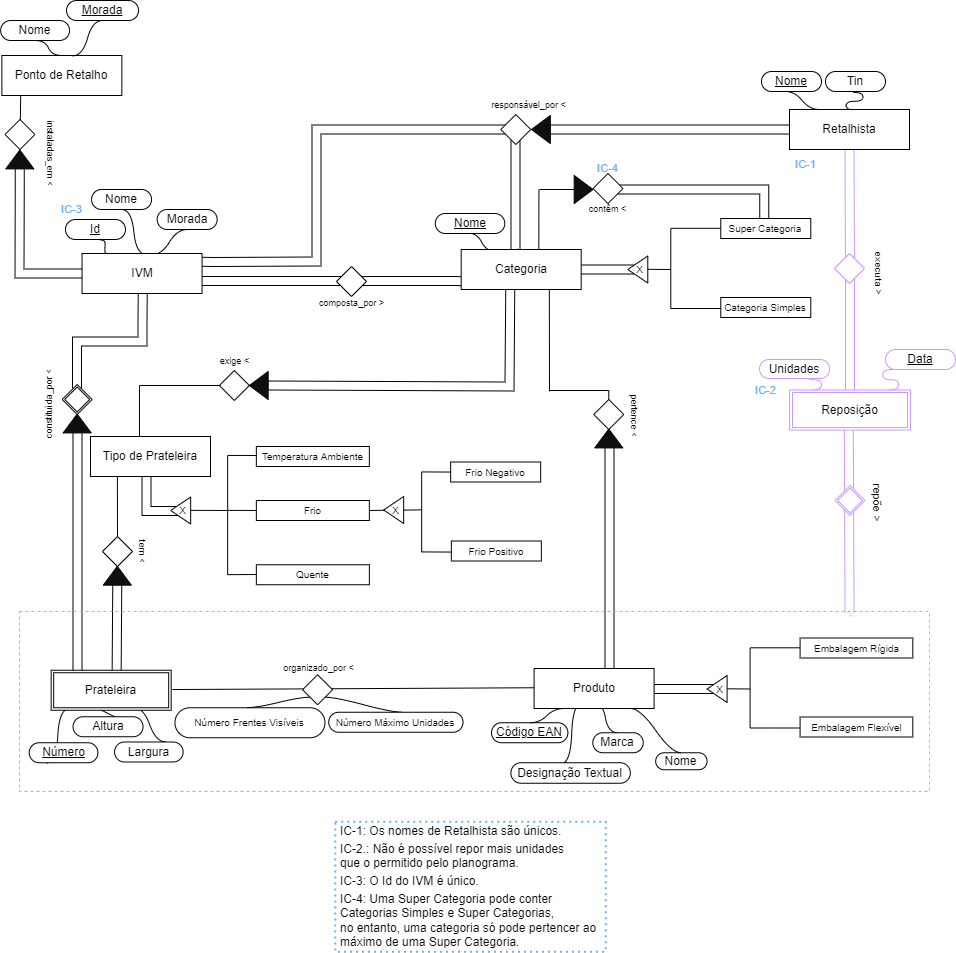
Above: Untitled Diagram.drawio.png in raquelfmcardoso/bd-2021-2022-project0102 (draw.io), before the change. Source tidied: cells renumbered, new cells last; positions are measured from the earlier drawing's top-left corner, leaving out a move shared by most shapes.
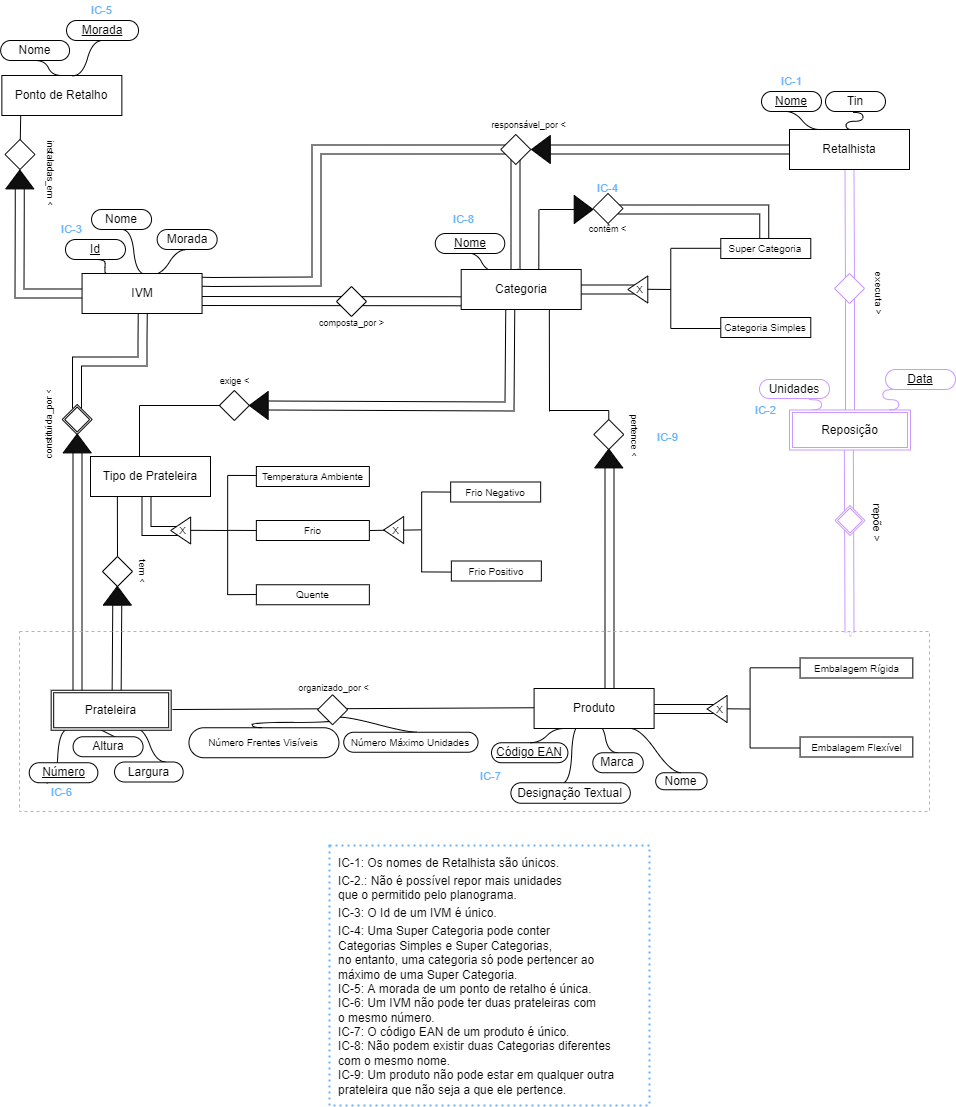
The same diagram one commit later.

Change to the diagram source:
```diff
@@ -233,10 +233,12 @@
       <mxGeometry x="11.1" y="143" width="80" height="20" as="geometry" />
     </mxCell>
     <mxCell id="45" value="&lt;font style=&quot;font-size: 10px;&quot;&gt;Número Frentes Visíveis&lt;/font&gt;" style="whiteSpace=wrap;html=1;rounded=1;arcSize=50;align=center;verticalAlign=middle;strokeWidth=1;spacing=4;newEdgeStyle={&quot;edgeStyle&quot;:&quot;entityRelationEdgeStyle&quot;,&quot;startArrow&quot;:&quot;none&quot;,&quot;endArrow&quot;:&quot;none&quot;,&quot;segment&quot;:10,&quot;curved&quot;:1};fontFamily=Helvetica;" parent="1" vertex="1">
-      <mxGeometry x="174.4" y="707.2" width="150" height="30" as="geometry" />
+      <mxGeometry x="188.4" y="707.2" width="150" height="30" as="geometry" />
     </mxCell>
-    <mxCell id="46" style="edgeStyle=entityRelationEdgeStyle;startArrow=none;endArrow=none;segment=10;curved=1;rounded=0;fontFamily=Helvetica;exitX=0;exitY=1;exitDx=0;exitDy=0;entryX=0.482;entryY=-0.006;entryDx=0;entryDy=0;entryPerimeter=0;" parent="1" edge="1" source="117" target="45">
-      <mxGeometry relative="1" as="geometry" />
+    <mxCell id="46" style="edgeStyle=entityRelationEdgeStyle;startArrow=none;endArrow=none;segment=10;curved=1;rounded=0;fontFamily=Helvetica;exitX=0;exitY=1;exitDx=0;exitDy=0;entryX=0.482;entryY=-0.006;entryDx=0;entryDy=0;entryPerimeter=0;" parent="1" edge="1" source="117">
+      <mxGeometry relative="1" as="geometry">
+        <mxPoint x="261.7" y="707.1" as="targetPoint" />
+      </mxGeometry>
     </mxCell>
     <mxCell id="47" value="Prateleira" style="rounded=0;whiteSpace=wrap;html=1;fontFamily=Helvetica;" parent="1" vertex="1">
       <mxGeometry x="50.7" y="669.8" width="120" height="40" as="geometry" />
@@ -313,7 +315,7 @@
       <mxGeometry x="450.8" y="540.5" width="90" height="20" as="geometry" />
     </mxCell>
     <mxCell id="65" value="organizado_por &amp;lt;" style="text;html=1;align=center;verticalAlign=middle;strokeColor=none;fillColor=none;fontSize=9;fontFamily=Helvetica;" parent="1" vertex="1">
-      <mxGeometry x="278.1" y="660.2" width="80" height="15" as="geometry" />
+      <mxGeometry x="293.1" y="660.2" width="80" height="15" as="geometry" />
     </mxCell>
     <mxCell id="66" value="Produto" style="rounded=0;whiteSpace=wrap;html=1;fontFamily=Helvetica;" parent="1" vertex="1">
       <mxGeometry x="533.6" y="668" width="120" height="40" as="geometry" />
@@ -483,7 +485,7 @@
       <mxGeometry x="50.7" y="199" width="40" height="20" as="geometry" />
     </mxCell>
     <mxCell id="111" value="&lt;font color=&quot;#66b2ff&quot; style=&quot;font-size: 11px;&quot;&gt;IC-1&lt;br&gt;&lt;/font&gt;" style="text;html=1;align=center;verticalAlign=middle;strokeColor=none;fillColor=none;fontSize=9;fontFamily=Helvetica;" parent="1" vertex="1">
-      <mxGeometry x="785" y="154" width="40" height="20" as="geometry" />
+      <mxGeometry x="771" y="51" width="40" height="20" as="geometry" />
     </mxCell>
     <mxCell id="112" value="&lt;font color=&quot;#010203&quot; style=&quot;font-size: 9px;&quot;&gt;contêm &amp;lt;&lt;/font&gt;" style="text;html=1;align=center;verticalAlign=middle;strokeColor=none;fillColor=none;fontSize=9;fontFamily=Helvetica;fontColor=#66B2FF;" parent="1" vertex="1">
       <mxGeometry x="582.2" y="199" width="50" height="20" as="geometry" />
@@ -494,17 +496,17 @@
     <mxCell id="114" value="&lt;font color=&quot;#66b2ff&quot; style=&quot;font-size: 11px;&quot;&gt;IC-4&lt;/font&gt;" style="text;html=1;align=center;verticalAlign=middle;strokeColor=none;fillColor=none;fontSize=9;fontFamily=Helvetica;" parent="1" vertex="1">
       <mxGeometry x="587.2" y="158" width="40" height="20" as="geometry" />
     </mxCell>
-    <mxCell id="115" value="&lt;div style=&quot;&quot;&gt;&lt;span style=&quot;font-size: 12px; background-color: initial;&quot;&gt;IC-1: Os nomes de Retalhista são únicos.&lt;/span&gt;&lt;/div&gt;&lt;div style=&quot;font-size: 3px;&quot;&gt;&lt;span style=&quot;background-color: initial;&quot;&gt;&lt;br&gt;&lt;/span&gt;&lt;/div&gt;&lt;font style=&quot;font-size: 12px;&quot;&gt;&lt;div style=&quot;&quot;&gt;&lt;span style=&quot;background-color: initial;&quot;&gt;IC-2.: Não é possível repor mais unidades&lt;/span&gt;&lt;/div&gt;&lt;div style=&quot;&quot;&gt;&lt;span style=&quot;background-color: initial;&quot;&gt;que o permitido pelo planograma.&lt;/span&gt;&lt;/div&gt;&lt;div style=&quot;font-size: 3px;&quot;&gt;&lt;span style=&quot;background-color: initial;&quot;&gt;&lt;br&gt;&lt;/span&gt;&lt;/div&gt;&lt;div style=&quot;&quot;&gt;&lt;span style=&quot;background-color: initial;&quot;&gt;IC-3: O Id do IVM é único.&lt;/span&gt;&lt;/div&gt;&lt;div style=&quot;font-size: 3px;&quot;&gt;&lt;span style=&quot;background-color: initial;&quot;&gt;&lt;br&gt;&lt;/span&gt;&lt;/div&gt;&lt;div style=&quot;&quot;&gt;&lt;span style=&quot;background-color: initial;&quot;&gt;IC-4: Uma Super Categoria pode conter&amp;nbsp;&lt;/span&gt;&lt;/div&gt;&lt;div style=&quot;&quot;&gt;&lt;span style=&quot;background-color: initial;&quot;&gt;Categorias Simples e Super Categorias,&lt;br&gt;&lt;/span&gt;&lt;/div&gt;&lt;div style=&quot;&quot;&gt;&lt;span style=&quot;background-color: initial;&quot;&gt;no entanto, uma categoria só pode pertencer ao&lt;/span&gt;&lt;/div&gt;&lt;div style=&quot;&quot;&gt;&lt;span style=&quot;background-color: initial;&quot;&gt;máximo de uma Super Categoria.&lt;/span&gt;&lt;/div&gt;&lt;/font&gt;" style="text;html=1;align=left;verticalAlign=middle;strokeColor=none;fillColor=none;fontSize=9;fontFamily=Helvetica;fontColor=#010203;" parent="1" vertex="1">
-      <mxGeometry x="338.3" y="821" width="270" height="130" as="geometry" />
+    <mxCell id="115" value="&lt;div style=&quot;&quot;&gt;&lt;span style=&quot;font-size: 12px; background-color: initial;&quot;&gt;IC-1: Os nomes de Retalhista são únicos.&lt;/span&gt;&lt;/div&gt;&lt;div style=&quot;font-size: 3px;&quot;&gt;&lt;span style=&quot;background-color: initial;&quot;&gt;&lt;br&gt;&lt;/span&gt;&lt;/div&gt;&lt;font style=&quot;font-size: 12px;&quot;&gt;&lt;div style=&quot;&quot;&gt;&lt;span style=&quot;background-color: initial;&quot;&gt;IC-2.: Não é possível repor mais unidades&lt;/span&gt;&lt;/div&gt;&lt;div style=&quot;&quot;&gt;&lt;span style=&quot;background-color: initial;&quot;&gt;que o permitido pelo planograma.&lt;/span&gt;&lt;/div&gt;&lt;div style=&quot;font-size: 3px;&quot;&gt;&lt;span style=&quot;background-color: initial;&quot;&gt;&lt;br&gt;&lt;/span&gt;&lt;/div&gt;&lt;div style=&quot;&quot;&gt;&lt;span style=&quot;background-color: initial;&quot;&gt;IC-3: O Id de um IVM é único.&lt;/span&gt;&lt;/div&gt;&lt;div style=&quot;font-size: 3px;&quot;&gt;&lt;span style=&quot;background-color: initial;&quot;&gt;&lt;br&gt;&lt;/span&gt;&lt;/div&gt;&lt;div style=&quot;&quot;&gt;&lt;span style=&quot;background-color: initial;&quot;&gt;IC-4: Uma Super Categoria pode conter&amp;nbsp;&lt;/span&gt;&lt;/div&gt;&lt;div style=&quot;&quot;&gt;&lt;span style=&quot;background-color: initial;&quot;&gt;Categorias Simples e Super Categorias,&lt;br&gt;&lt;/span&gt;&lt;/div&gt;&lt;div style=&quot;&quot;&gt;&lt;span style=&quot;background-color: initial;&quot;&gt;no entanto, uma categoria só pode pertencer ao&lt;/span&gt;&lt;/div&gt;&lt;div style=&quot;&quot;&gt;&lt;span style=&quot;background-color: initial;&quot;&gt;máximo de uma Super Categoria.&lt;/span&gt;&lt;/div&gt;&lt;div style=&quot;&quot;&gt;&lt;span style=&quot;background-color: initial;&quot;&gt;IC-5: A morada de um ponto de retalho é única.&lt;/span&gt;&lt;/div&gt;&lt;div style=&quot;&quot;&gt;&lt;span style=&quot;background-color: initial;&quot;&gt;IC-6: Um IVM não pode ter duas prateleiras com&lt;/span&gt;&lt;/div&gt;&lt;div style=&quot;&quot;&gt;&lt;span style=&quot;background-color: initial;&quot;&gt;o mesmo número.&lt;/span&gt;&lt;/div&gt;&lt;div style=&quot;&quot;&gt;&lt;span style=&quot;background-color: initial;&quot;&gt;IC-7: O código EAN de um produto é único.&lt;/span&gt;&lt;/div&gt;&lt;div style=&quot;&quot;&gt;&lt;span style=&quot;background-color: initial;&quot;&gt;IC-8: Não podem existir duas Categorias diferentes&lt;/span&gt;&lt;/div&gt;&lt;div style=&quot;&quot;&gt;&lt;span style=&quot;background-color: initial;&quot;&gt;com o&amp;nbsp;&lt;/span&gt;&lt;span style=&quot;background-color: initial;&quot;&gt;mesmo nome.&lt;/span&gt;&lt;/div&gt;&lt;div style=&quot;&quot;&gt;&lt;span style=&quot;background-color: initial;&quot;&gt;IC-9: Um produto não pode estar em qualquer outra&lt;/span&gt;&lt;/div&gt;&lt;div style=&quot;&quot;&gt;&lt;span style=&quot;background-color: initial;&quot;&gt;prateleira que não seja a que ele pertence.&lt;/span&gt;&lt;/div&gt;&lt;/font&gt;" style="text;html=1;align=left;verticalAlign=middle;strokeColor=none;fillColor=none;fontSize=9;fontFamily=Helvetica;fontColor=#010203;" parent="1" vertex="1">
+      <mxGeometry x="336" y="846" width="290" height="220" as="geometry" />
     </mxCell>
     <mxCell id="116" style="rounded=0;whiteSpace=wrap;html=1;dashed=1;fontFamily=Helvetica;fontSize=11;fontColor=#FFFFFF;strokeColor=#66B2FF;strokeWidth=2;fillColor=none;dashPattern=1 2;" parent="1" vertex="1">
-      <mxGeometry x="334.8" y="821.2" width="270.4" height="130" as="geometry" />
+      <mxGeometry x="329" y="825" width="320" height="260" as="geometry" />
     </mxCell>
     <mxCell id="117" style="rhombus;whiteSpace=wrap;html=1;fontFamily=Helvetica;" parent="1" vertex="1">
-      <mxGeometry x="302.1" y="674.2" width="30" height="30" as="geometry" />
+      <mxGeometry x="317.1" y="674.2" width="30" height="30" as="geometry" />
     </mxCell>
     <mxCell id="118" value="&lt;font style=&quot;font-size: 10px;&quot;&gt;Número Máximo Unidades&lt;/font&gt;" style="whiteSpace=wrap;html=1;rounded=1;arcSize=50;align=center;verticalAlign=middle;strokeWidth=1;spacing=4;newEdgeStyle={&quot;edgeStyle&quot;:&quot;entityRelationEdgeStyle&quot;,&quot;startArrow&quot;:&quot;none&quot;,&quot;endArrow&quot;:&quot;none&quot;,&quot;segment&quot;:10,&quot;curved&quot;:1};fontFamily=Helvetica;" parent="1" vertex="1">
-      <mxGeometry x="328.2" y="711.8" width="134.3" height="20" as="geometry" />
+      <mxGeometry x="343.2" y="711.8" width="134.3" height="20" as="geometry" />
     </mxCell>
     <mxCell id="119" style="rounded=0;whiteSpace=wrap;html=1;fillColor=none;strokeColor=#CC99FF;dashed=1;" parent="1" vertex="1">
       <mxGeometry x="19" y="611" width="910" height="180" as="geometry" />
@@ -615,5 +617,20 @@
     <mxCell id="148" value="constituída_por &amp;lt;" style="text;html=1;align=center;verticalAlign=middle;strokeColor=none;fillColor=none;fontSize=9;rotation=-90;" parent="1" vertex="1">
       <mxGeometry x="8.6" y="394" width="80" height="20" as="geometry" />
     </mxCell>
+    <mxCell id="149" value="&lt;font color=&quot;#66b2ff&quot; style=&quot;font-size: 11px;&quot;&gt;IC-5&lt;/font&gt;" style="text;html=1;align=center;verticalAlign=middle;strokeColor=none;fillColor=none;fontSize=9;fontFamily=Helvetica;" parent="1" vertex="1">
+      <mxGeometry x="81.4" y="-20" width="40" height="20" as="geometry" />
+    </mxCell>
+    <mxCell id="150" value="&lt;font color=&quot;#66b2ff&quot; style=&quot;font-size: 11px;&quot;&gt;IC-6&lt;/font&gt;" style="text;html=1;align=center;verticalAlign=middle;strokeColor=none;fillColor=none;fontSize=9;fontFamily=Helvetica;" parent="1" vertex="1">
+      <mxGeometry x="41.4" y="761.5" width="40" height="20" as="geometry" />
+    </mxCell>
+    <mxCell id="151" value="&lt;font color=&quot;#66b2ff&quot; style=&quot;font-size: 11px;&quot;&gt;IC-7&lt;/font&gt;" style="text;html=1;align=center;verticalAlign=middle;strokeColor=none;fillColor=none;fontSize=9;fontFamily=Helvetica;" parent="1" vertex="1">
+      <mxGeometry x="470.4" y="746.2" width="40" height="20" as="geometry" />
+    </mxCell>
+    <mxCell id="152" value="&lt;font color=&quot;#66b2ff&quot; style=&quot;font-size: 11px;&quot;&gt;IC-8&lt;/font&gt;" style="text;html=1;align=center;verticalAlign=middle;strokeColor=none;fillColor=none;fontSize=9;fontFamily=Helvetica;" parent="1" vertex="1">
+      <mxGeometry x="443.3" y="189" width="40" height="20" as="geometry" />
+    </mxCell>
+    <mxCell id="153" value="&lt;font color=&quot;#66b2ff&quot; style=&quot;font-size: 11px;&quot;&gt;IC-9&lt;/font&gt;" style="text;html=1;align=center;verticalAlign=middle;strokeColor=none;fillColor=none;fontSize=9;fontFamily=Helvetica;" parent="1" vertex="1">
+      <mxGeometry x="647.3" y="407" width="40" height="20" as="geometry" />
+    </mxCell>
   </root>
 </mxGraphModel>
```
